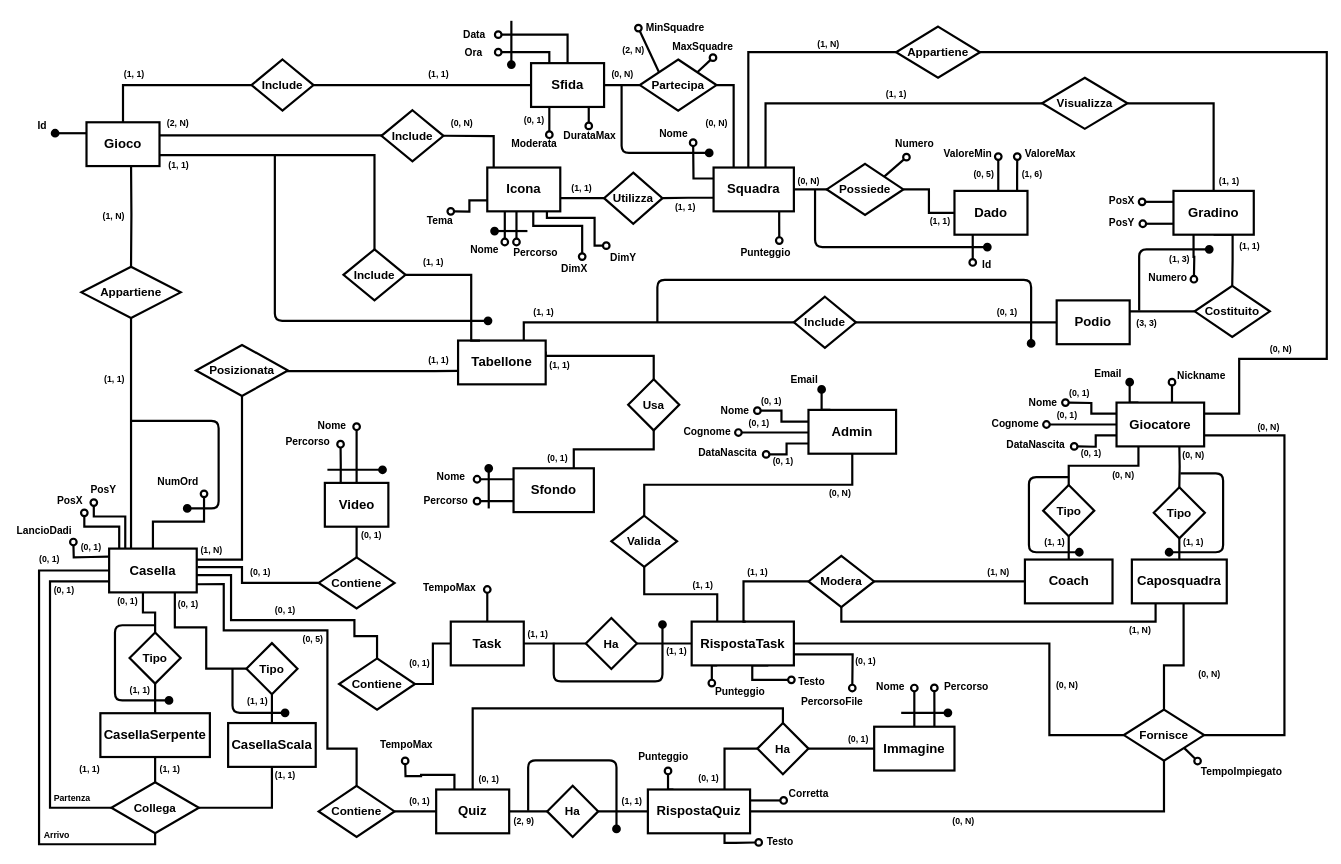
The draw.io diagram Progetto logico/Schema ER ristrutturato.drawio in lorenzobilli/BD-project, before the edit. Source tidied: cells renumbered, new cells numbered last; positions are measured from the earlier drawing's top-left corner, leaving out a move shared by most shapes. Both pictures are drawn from the tidied source at 73%, with x=0, y=0 at pixel (12, 20).
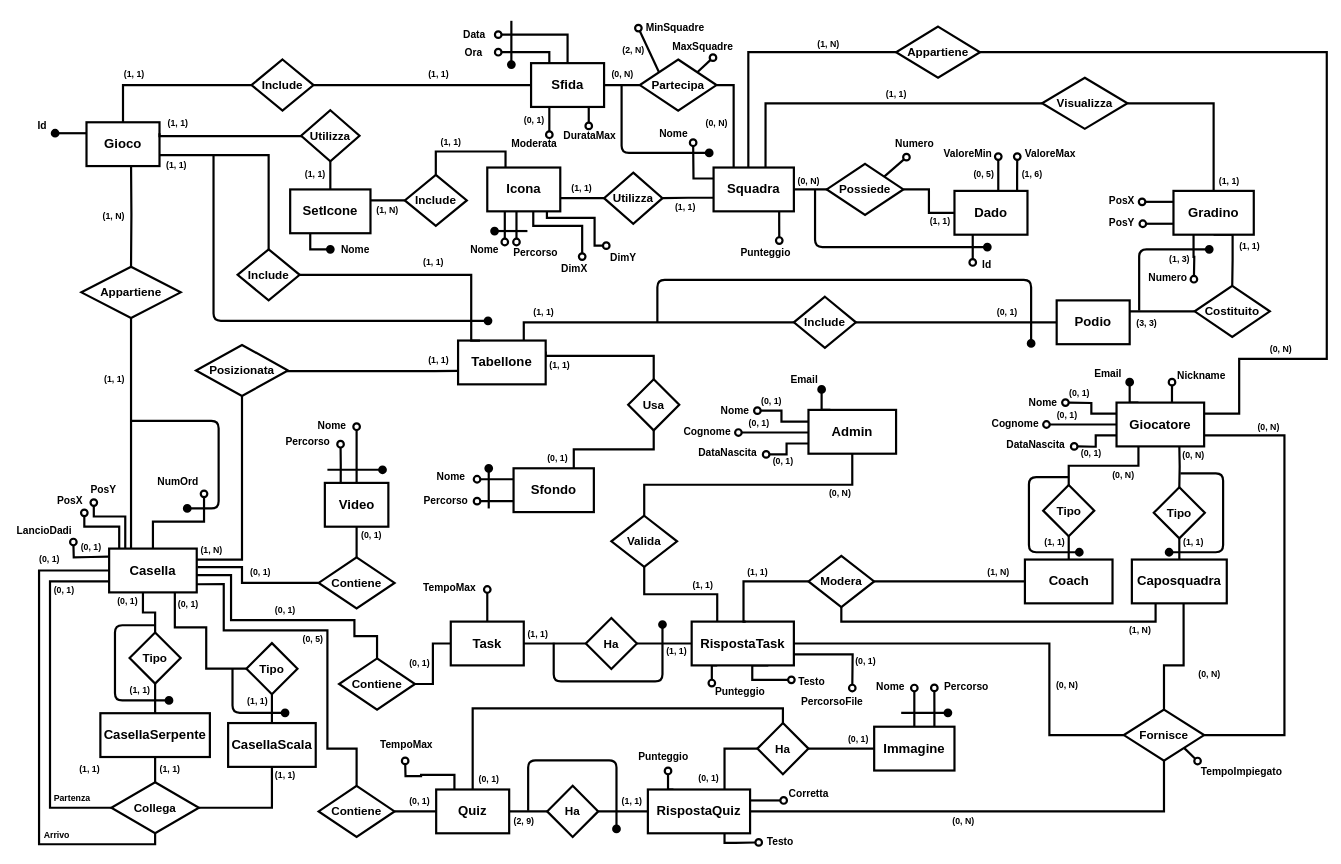
Above is the later version.

Commit message (it also covers changes not shown here):
Added SetIcone entity

Unchanged cells that the change refers to:
```xml
<mxCell id="6" value="Gioco" style="rounded=0;whiteSpace=wrap;html=1;strokeWidth=3;fontSize=18;shadow=0;fontStyle=1;" parent="1" vertex="1">
  <mxGeometry x="101" y="140" width="100" height="60" as="geometry" />
</mxCell>
<mxCell id="79" value="Icona" style="rounded=0;whiteSpace=wrap;html=1;strokeWidth=3;fontSize=18;shadow=0;fontStyle=1;" parent="1" vertex="1">
  <mxGeometry x="650" y="202" width="100" height="60" as="geometry" />
</mxCell>
<mxCell id="82" value="Tabellone" style="rounded=0;whiteSpace=wrap;html=1;strokeWidth=3;fontSize=18;shadow=0;fontStyle=1;" parent="1" vertex="1">
  <mxGeometry x="610" y="439" width="120" height="60" as="geometry" />
</mxCell>
```

What changed in the source:
```diff
@@
-    <mxCell id="3" style="edgeStyle=orthogonalEdgeStyle;rounded=0;jettySize=auto;html=1;exitX=1;exitY=0.75;exitDx=0;exitDy=0;entryX=0.5;entryY=0;entryDx=0;entryDy=0;startArrow=none;startFill=0;endArrow=none;endFill=0;fillColor=none;strokeWidth=3;shadow=0;fontStyle=1;" parent="1" edge="1" source="6" target="84">
-      <mxGeometry relative="1" as="geometry">
-        <Array as="points">
-          <mxPoint x="209" y="185" />
-          <mxPoint x="495" y="185" />
-        </Array>
-      </mxGeometry>
-    </mxCell>
-    <mxCell id="4" style="edgeStyle=orthogonalEdgeStyle;rounded=0;jettySize=auto;html=1;entryX=0;entryY=0.5;entryDx=0;entryDy=0;startArrow=none;startFill=0;endArrow=none;endFill=0;fillColor=none;strokeWidth=3;shadow=0;fontStyle=1;" parent="1" edge="1" target="86">
-      <mxGeometry relative="1" as="geometry">
-        <mxPoint x="190" y="159" as="sourcePoint" />
-        <Array as="points">
-          <mxPoint x="190" y="158" />
-          <mxPoint x="525" y="158" />
-        </Array>
-      </mxGeometry>
-    </mxCell>
@@
-    <mxCell id="76" style="edgeStyle=orthogonalEdgeStyle;rounded=0;jettySize=auto;html=1;exitX=0;exitY=0.75;exitDx=0;exitDy=0;fontSize=10;endArrow=oval;endFill=0;strokeWidth=3;shadow=0;endSize=9;fontStyle=1;" parent="1" edge="1" source="79">
-      <mxGeometry relative="1" as="geometry">
-        <mxPoint x="600" y="262" as="targetPoint" />
-      </mxGeometry>
-    </mxCell>
@@
-    <mxCell id="83" style="edgeStyle=orthogonalEdgeStyle;rounded=0;jettySize=auto;html=1;exitX=1;exitY=0.5;exitDx=0;exitDy=0;entryX=0.25;entryY=0;entryDx=0;entryDy=0;startArrow=none;startFill=0;endArrow=none;endFill=0;fillColor=none;strokeWidth=3;shadow=0;fontStyle=1;" parent="1" edge="1" source="84" target="82">
-      <mxGeometry relative="1" as="geometry">
-        <Array as="points">
-          <mxPoint x="628" y="349" />
-          <mxPoint x="628" y="439" />
-        </Array>
-      </mxGeometry>
-    </mxCell>
-    <mxCell id="84" value="Include" style="rhombus;whiteSpace=wrap;html=1;strokeWidth=3;fontSize=16;shadow=0;fontStyle=1;" parent="1" vertex="1">
-      <mxGeometry x="453" y="314" width="85" height="70" as="geometry" />
-    </mxCell>
-    <mxCell id="85" style="edgeStyle=elbowEdgeStyle;rounded=0;jettySize=auto;elbow=vertical;html=1;exitX=1;exitY=0.5;exitDx=0;exitDy=0;entryX=0.088;entryY=0.008;entryDx=0;entryDy=0;entryPerimeter=0;fontSize=16;startArrow=none;startFill=0;endArrow=none;endFill=0;strokeWidth=3;shadow=0;fontStyle=1;" parent="1" edge="1" source="86" target="79">
-      <mxGeometry relative="1" as="geometry">
-        <Array as="points">
-          <mxPoint x="620" y="159" />
-        </Array>
-      </mxGeometry>
-    </mxCell>
-    <mxCell id="86" value="Include" style="rhombus;whiteSpace=wrap;html=1;strokeWidth=3;fontSize=16;shadow=0;fontStyle=1;" parent="1" vertex="1">
-      <mxGeometry x="505" y="123.5" width="85" height="70" as="geometry" />
-    </mxCell>
@@
-    <mxCell id="137" value="Tema" style="text;html=1;align=center;verticalAlign=middle;strokeColor=none;fontSize=14;strokeWidth=3;shadow=0;fontStyle=1;" parent="1" vertex="1">
-      <mxGeometry x="562" y="264" width="46" height="21" as="geometry" />
-    </mxCell>
@@
-    <mxCell id="170" style="endArrow=none;html=1;startSize=9;endSize=9;strokeWidth=3;edgeStyle=orthogonalEdgeStyle;startArrow=oval;startFill=1;" parent="1" edge="1">
-      <mxGeometry relative="1" as="geometry">
-        <mxPoint x="651" y="412" as="sourcePoint" />
-        <mxPoint x="359" y="185" as="targetPoint" />
-        <Array as="points">
-          <mxPoint x="359" y="412" />
-        </Array>
-      </mxGeometry>
-    </mxCell>
@@
-    <mxCell id="206" value="&lt;font style=&quot;font-size: 12px&quot;&gt;&lt;b&gt;(2, N)&lt;/b&gt;&lt;/font&gt;" style="text;html=1;align=center;verticalAlign=middle;strokeColor=none;fillColor=none;fontSize=14;" parent="1" vertex="1">
-      <mxGeometry x="206" y="130" width="40" height="22" as="geometry" />
-    </mxCell>
-    <mxCell id="207" value="&lt;font style=&quot;font-size: 12px&quot;&gt;&lt;b&gt;(0, N)&lt;/b&gt;&lt;/font&gt;" style="text;html=1;align=center;verticalAlign=middle;strokeColor=none;fillColor=none;fontSize=14;" parent="1" vertex="1">
-      <mxGeometry x="595" y="130" width="40" height="22" as="geometry" />
-    </mxCell>
-    <mxCell id="208" value="&lt;font style=&quot;font-size: 12px&quot;&gt;&lt;b&gt;(1, 1)&lt;/b&gt;&lt;/font&gt;" style="text;html=1;align=center;verticalAlign=middle;strokeColor=none;fillColor=none;fontSize=14;" parent="1" vertex="1">
-      <mxGeometry x="208" y="187" width="38" height="22" as="geometry" />
-    </mxCell>
-    <mxCell id="209" value="&lt;font style=&quot;font-size: 12px&quot;&gt;&lt;b&gt;(1, 1)&lt;/b&gt;&lt;/font&gt;" style="text;html=1;align=center;verticalAlign=middle;strokeColor=none;fillColor=none;fontSize=14;" parent="1" vertex="1">
-      <mxGeometry x="557" y="320" width="38" height="22" as="geometry" />
-    </mxCell>
@@
+    <mxCell id="302" style="edgeStyle=orthogonalEdgeStyle;rounded=0;jettySize=auto;html=1;exitX=1;exitY=0.75;exitDx=0;exitDy=0;entryX=0.5;entryY=0;entryDx=0;entryDy=0;startArrow=none;startFill=0;endArrow=none;endFill=0;fillColor=none;strokeWidth=3;shadow=0;fontStyle=1;" parent="1" edge="1" target="305">
+      <mxGeometry relative="1" as="geometry">
+        <mxPoint x="201" y="185" as="sourcePoint" />
+        <Array as="points">
+          <mxPoint x="209" y="185" />
+          <mxPoint x="495" y="185" />
+        </Array>
+      </mxGeometry>
+    </mxCell>
+    <mxCell id="303" style="edgeStyle=orthogonalEdgeStyle;rounded=0;jettySize=auto;html=1;entryX=0;entryY=0.5;entryDx=0;entryDy=0;startArrow=none;startFill=0;endArrow=none;endFill=0;fillColor=none;strokeWidth=3;shadow=0;fontStyle=1;exitX=1;exitY=0.25;exitDx=0;exitDy=0;" parent="1" edge="1" target="315">
+      <mxGeometry relative="1" as="geometry">
+        <mxPoint x="201" y="155" as="sourcePoint" />
+        <Array as="points">
+          <mxPoint x="201" y="159" />
+          <mxPoint x="403" y="159" />
+        </Array>
+      </mxGeometry>
+    </mxCell>
+    <mxCell id="304" style="edgeStyle=orthogonalEdgeStyle;rounded=0;jettySize=auto;html=1;exitX=1;exitY=0.5;exitDx=0;exitDy=0;entryX=0.25;entryY=0;entryDx=0;entryDy=0;startArrow=none;startFill=0;endArrow=none;endFill=0;fillColor=none;strokeWidth=3;shadow=0;fontStyle=1;" parent="1" edge="1" source="305">
+      <mxGeometry relative="1" as="geometry">
+        <mxPoint x="640" y="439" as="targetPoint" />
+        <Array as="points">
+          <mxPoint x="628" y="349" />
+          <mxPoint x="628" y="439" />
+        </Array>
+      </mxGeometry>
+    </mxCell>
+    <mxCell id="305" value="Include" style="rhombus;whiteSpace=wrap;html=1;strokeWidth=3;fontSize=16;shadow=0;fontStyle=1;" parent="1" vertex="1">
+      <mxGeometry x="308" y="314" width="85" height="70" as="geometry" />
+    </mxCell>
+    <mxCell id="306" style="edgeStyle=orthogonalEdgeStyle;rounded=0;jettySize=auto;html=1;exitX=0.5;exitY=0;exitDx=0;exitDy=0;entryX=0.25;entryY=0;entryDx=0;entryDy=0;endArrow=none;endFill=0;strokeWidth=3;" parent="1" edge="1" source="308">
+      <mxGeometry relative="1" as="geometry">
+        <mxPoint x="675" y="202" as="targetPoint" />
+        <Array as="points">
+          <mxPoint x="580" y="180" />
+          <mxPoint x="675" y="180" />
+        </Array>
+      </mxGeometry>
+    </mxCell>
+    <mxCell id="307" style="edgeStyle=orthogonalEdgeStyle;rounded=0;jettySize=auto;html=1;exitX=0;exitY=0.5;exitDx=0;exitDy=0;entryX=1;entryY=0.25;entryDx=0;entryDy=0;endArrow=none;endFill=0;strokeWidth=3;" parent="1" edge="1" source="308" target="313">
+      <mxGeometry relative="1" as="geometry" />
+    </mxCell>
+    <mxCell id="308" value="Include" style="rhombus;whiteSpace=wrap;html=1;strokeWidth=3;fontSize=16;shadow=0;fontStyle=1;" parent="1" vertex="1">
+      <mxGeometry x="537" y="212" width="85" height="70" as="geometry" />
+    </mxCell>
+    <mxCell id="309" style="endArrow=none;html=1;startSize=9;endSize=9;strokeWidth=3;edgeStyle=orthogonalEdgeStyle;startArrow=oval;startFill=1;" parent="1" edge="1">
+      <mxGeometry relative="1" as="geometry">
+        <mxPoint x="651" y="412" as="sourcePoint" />
+        <mxPoint x="275" y="185" as="targetPoint" />
+        <Array as="points">
+          <mxPoint x="275" y="412" />
+        </Array>
+      </mxGeometry>
+    </mxCell>
+    <mxCell id="310" value="&lt;font style=&quot;font-size: 12px&quot;&gt;&lt;b&gt;(1, 1)&lt;/b&gt;&lt;/font&gt;" style="text;html=1;align=center;verticalAlign=middle;strokeColor=none;fillColor=none;fontSize=14;" parent="1" vertex="1">
+      <mxGeometry x="207" y="130" width="38" height="22" as="geometry" />
+    </mxCell>
+    <mxCell id="311" value="&lt;font style=&quot;font-size: 12px&quot;&gt;&lt;b&gt;(1, 1)&lt;/b&gt;&lt;/font&gt;" style="text;html=1;align=center;verticalAlign=middle;strokeColor=none;fillColor=none;fontSize=14;" parent="1" vertex="1">
+      <mxGeometry x="580.5" y="155" width="38" height="22" as="geometry" />
+    </mxCell>
+    <mxCell id="209" value="&lt;font style=&quot;font-size: 12px&quot;&gt;&lt;b&gt;(1, 1)&lt;/b&gt;&lt;/font&gt;" style="text;html=1;align=center;verticalAlign=middle;strokeColor=none;fillColor=none;fontSize=14;" parent="1" vertex="1">
+      <mxGeometry x="557" y="320" width="38" height="22" as="geometry" />
+    </mxCell>
+    <mxCell id="312" style="edgeStyle=orthogonalEdgeStyle;rounded=0;jettySize=auto;html=1;exitX=0.25;exitY=1;exitDx=0;exitDy=0;endArrow=oval;endFill=1;strokeWidth=3;endSize=9;" parent="1" edge="1" source="313">
+      <mxGeometry relative="1" as="geometry">
+        <mxPoint x="435" y="314" as="targetPoint" />
+        <Array as="points">
+          <mxPoint x="408" y="314" />
+        </Array>
+      </mxGeometry>
+    </mxCell>
+    <mxCell id="313" value="SetIcone" style="rounded=0;whiteSpace=wrap;html=1;strokeWidth=3;fontSize=18;shadow=0;fontStyle=1;" parent="1" vertex="1">
+      <mxGeometry x="380" y="232" width="110" height="60" as="geometry" />
+    </mxCell>
+    <mxCell id="314" style="edgeStyle=orthogonalEdgeStyle;rounded=0;jettySize=auto;html=1;exitX=0.5;exitY=1;exitDx=0;exitDy=0;entryX=0.5;entryY=0;entryDx=0;entryDy=0;strokeWidth=3;endArrow=none;endFill=0;" parent="1" edge="1" source="315" target="313">
+      <mxGeometry relative="1" as="geometry" />
+    </mxCell>
+    <mxCell id="315" value="Utilizza" style="rhombus;whiteSpace=wrap;html=1;strokeWidth=3;fontSize=16;shadow=0;fontStyle=1;" parent="1" vertex="1">
+      <mxGeometry x="395" y="123.5" width="80" height="70" as="geometry" />
+    </mxCell>
+    <mxCell id="316" value="&lt;font style=&quot;font-size: 12px&quot;&gt;&lt;b&gt;(1, N)&lt;/b&gt;&lt;/font&gt;" style="text;html=1;align=center;verticalAlign=middle;strokeColor=none;fillColor=none;fontSize=14;" parent="1" vertex="1">
+      <mxGeometry x="493" y="249" width="40" height="22" as="geometry" />
+    </mxCell>
+    <mxCell id="317" value="&lt;font style=&quot;font-size: 12px&quot;&gt;&lt;b&gt;(1, 1)&lt;/b&gt;&lt;/font&gt;" style="text;html=1;align=center;verticalAlign=middle;strokeColor=none;fillColor=none;fontSize=14;" parent="1" vertex="1">
+      <mxGeometry x="395" y="200" width="38" height="22" as="geometry" />
+    </mxCell>
+    <mxCell id="318" value="&lt;font style=&quot;font-size: 12px&quot;&gt;&lt;b&gt;(1, 1)&lt;/b&gt;&lt;/font&gt;" style="text;html=1;align=center;verticalAlign=middle;strokeColor=none;fillColor=none;fontSize=14;" parent="1" vertex="1">
+      <mxGeometry x="205" y="187" width="38" height="22" as="geometry" />
+    </mxCell>
+    <mxCell id="319" value="Nome" style="text;html=1;align=center;verticalAlign=middle;strokeColor=none;fontSize=14;strokeWidth=3;shadow=0;fontStyle=1;" parent="1" vertex="1">
+      <mxGeometry x="444" y="303" width="49" height="21" as="geometry" />
+    </mxCell>
```
